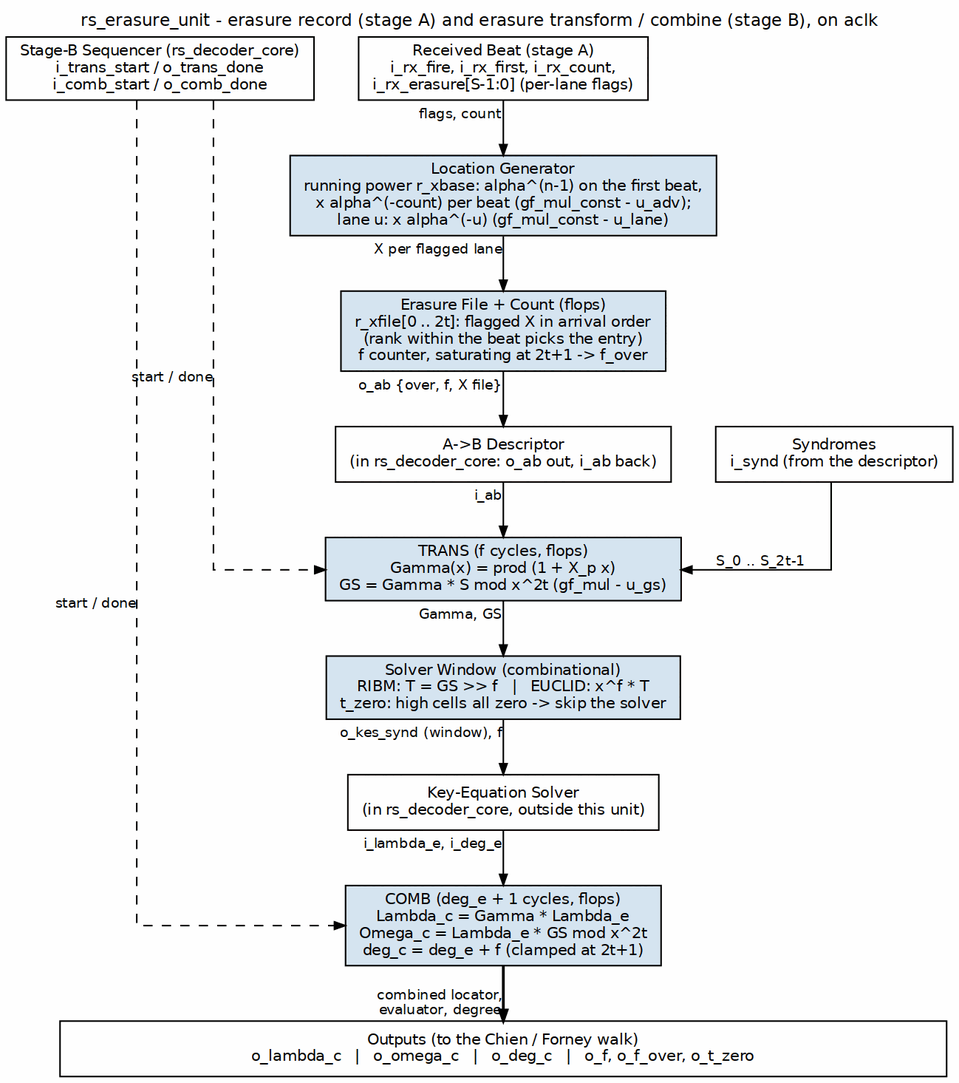
Before: projects/components/ecc-ip/reed-solomon/docs/reed_solomon_mas/assets/graphviz/rs_erasure_unit.png, a diagram exported from Graphviz (sean-galloway/RTLDesignSherpa). Its source is kept beside it as projects/components/ecc-ip/reed-solomon/docs/reed_solomon_mas/assets/graphviz/rs_erasure_unit.dot. Source of this version:
```dot
digraph rs_erasure_unit {
    graph [rankdir=TB, bgcolor="white", fontname="Helvetica", fontsize=11,
           nodesep="0.40", ranksep="0.50", splines=ortho, newrank=true,
           labelloc=t, labeljust=c];
    node  [fontname="Helvetica", fontsize=10, shape=box, style=filled,
           fillcolor="#D6E4F0", color="black", margin="0.12,0.06"];
    edge  [fontname="Helvetica", fontsize=9, color="black", arrowsize=0.7];
    label="rs_erasure_unit - erasure record (stage A) and erasure transform / combine (stage B), on aclk";

    rx    [label="Received Beat (stage A)\ni_rx_fire, i_rx_first, i_rx_count,\ni_rx_erasure[S-1:0] (per-lane flags)", fillcolor="white", group=C];
    seq   [label="Stage-B Sequencer (rs_decoder_core)\ni_trans_start / o_trans_done\ni_comb_start / o_comb_done", fillcolor="white", group=L];

    xpow  [label="Location Generator\nrunning power r_xbase: alpha^(n-1) on the first beat,\nx alpha^(-count) per beat (gf_mul_const - u_adv);\nlane u: x alpha^(-u) (gf_mul_const - u_lane)", group=C];
    xfile [label="Erasure File + Count (flops)\nr_xfile[0 .. 2t]: flagged X in arrival order\n(rank within the beat picks the entry)\nf counter, saturating at 2t+1 -> f_over", group=C];
    ab    [label="A->B Descriptor\n(in rs_decoder_core: o_ab out, i_ab back)", fillcolor="white", group=C];
    trans [label="TRANS (f cycles, flops)\nGamma(x) = prod (1 + X_p x)\nGS = Gamma * S mod x^2t (gf_mul - u_gs)", group=C];
    win   [label="Solver Window (combinational)\nRIBM: T = GS >> f   |   EUCLID: x^f * T\nt_zero: high cells all zero -> skip the solver", group=C];
    kes   [label="Key-Equation Solver\n(in rs_decoder_core, outside this unit)", fillcolor="white", group=C];
    comb  [label="COMB (deg_e + 1 cycles, flops)\nLambda_c = Gamma * Lambda_e\nOmega_c = Lambda_e * GS mod x^2t\ndeg_c = deg_e + f (clamped at 2t+1)", group=C];
    synd  [label="Syndromes\ni_synd (from the descriptor)", fillcolor="white", group=R];

    bar   [label="Outputs (to the Chien / Forney walk)\no_lambda_c   |   o_omega_c   |   o_deg_c   |   o_f, o_f_over, o_t_zero",
           fillcolor="white", width=8.0];

    rx    -> xpow  [xlabel="flags, count"];
    xpow  -> xfile [xlabel="X per flagged lane"];
    xfile -> ab    [xlabel="o_ab {over, f, X file}"];
    ab    -> trans [xlabel="i_ab"];
    synd  -> trans [xlabel="S_0 .. S_2t-1"];
    trans -> win   [xlabel="Gamma, GS"];
    win   -> kes   [xlabel="o_kes_synd (window), f"];
    kes   -> comb  [xlabel="i_lambda_e, i_deg_e"];
    comb  -> bar   [xlabel="combined locator,\nevaluator, degree", penwidth=1.8];

    seq   -> trans [style=dashed, xlabel="start / done"];
    seq   -> comb  [style=dashed, xlabel="start / done"];

    { rank=same; rx; seq; }
    { rank=same; ab; synd; }
    seq -> rx [style=invis];
    ab -> synd [style=invis];
}
```
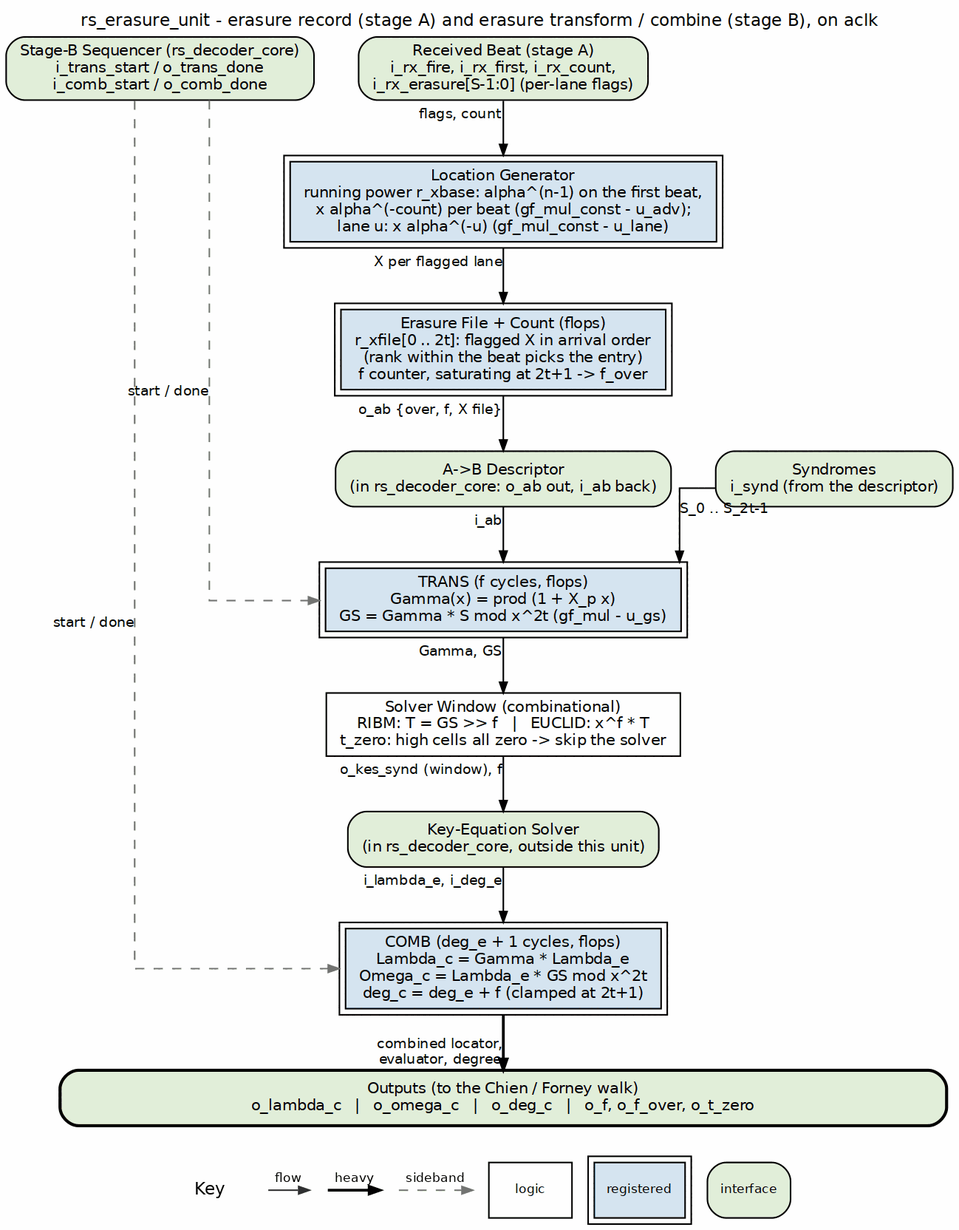
After the commit.

Diff of the diagram source:
```diff
@@ -3,24 +3,24 @@
            nodesep="0.40", ranksep="0.50", splines=ortho, newrank=true,
            labelloc=t, labeljust=c];
     node  [fontname="Helvetica", fontsize=10, shape=box, style=filled,
-           fillcolor="#D6E4F0", color="black", margin="0.12,0.06"];
+           fillcolor="white", color="black", margin="0.12,0.06"];
     edge  [fontname="Helvetica", fontsize=9, color="black", arrowsize=0.7];
     label="rs_erasure_unit - erasure record (stage A) and erasure transform / combine (stage B), on aclk";
 
-    rx    [label="Received Beat (stage A)\ni_rx_fire, i_rx_first, i_rx_count,\ni_rx_erasure[S-1:0] (per-lane flags)", fillcolor="white", group=C];
-    seq   [label="Stage-B Sequencer (rs_decoder_core)\ni_trans_start / o_trans_done\ni_comb_start / o_comb_done", fillcolor="white", group=L];
+    rx    [label="Received Beat (stage A)\ni_rx_fire, i_rx_first, i_rx_count,\ni_rx_erasure[S-1:0] (per-lane flags)", fillcolor="white", group=C, style="rounded,filled", fillcolor="#E2EFDA"];
+    seq   [label="Stage-B Sequencer (rs_decoder_core)\ni_trans_start / o_trans_done\ni_comb_start / o_comb_done", fillcolor="white", group=L, style="rounded,filled", fillcolor="#E2EFDA"];
 
-    xpow  [label="Location Generator\nrunning power r_xbase: alpha^(n-1) on the first beat,\nx alpha^(-count) per beat (gf_mul_const - u_adv);\nlane u: x alpha^(-u) (gf_mul_const - u_lane)", group=C];
-    xfile [label="Erasure File + Count (flops)\nr_xfile[0 .. 2t]: flagged X in arrival order\n(rank within the beat picks the entry)\nf counter, saturating at 2t+1 -> f_over", group=C];
-    ab    [label="A->B Descriptor\n(in rs_decoder_core: o_ab out, i_ab back)", fillcolor="white", group=C];
-    trans [label="TRANS (f cycles, flops)\nGamma(x) = prod (1 + X_p x)\nGS = Gamma * S mod x^2t (gf_mul - u_gs)", group=C];
-    win   [label="Solver Window (combinational)\nRIBM: T = GS >> f   |   EUCLID: x^f * T\nt_zero: high cells all zero -> skip the solver", group=C];
-    kes   [label="Key-Equation Solver\n(in rs_decoder_core, outside this unit)", fillcolor="white", group=C];
-    comb  [label="COMB (deg_e + 1 cycles, flops)\nLambda_c = Gamma * Lambda_e\nOmega_c = Lambda_e * GS mod x^2t\ndeg_c = deg_e + f (clamped at 2t+1)", group=C];
-    synd  [label="Syndromes\ni_synd (from the descriptor)", fillcolor="white", group=R];
+    xpow  [label="Location Generator\nrunning power r_xbase: alpha^(n-1) on the first beat,\nx alpha^(-count) per beat (gf_mul_const - u_adv);\nlane u: x alpha^(-u) (gf_mul_const - u_lane)", group=C, peripheries=2, style="filled", fillcolor="#D6E4F0"];
+    xfile [label="Erasure File + Count (flops)\nr_xfile[0 .. 2t]: flagged X in arrival order\n(rank within the beat picks the entry)\nf counter, saturating at 2t+1 -> f_over", group=C, peripheries=2, style="filled", fillcolor="#D6E4F0"];
+    ab    [label="A->B Descriptor\n(in rs_decoder_core: o_ab out, i_ab back)", fillcolor="white", group=C, style="rounded,filled", fillcolor="#E2EFDA"];
+    trans [label="TRANS (f cycles, flops)\nGamma(x) = prod (1 + X_p x)\nGS = Gamma * S mod x^2t (gf_mul - u_gs)", group=C, peripheries=2, style="filled", fillcolor="#D6E4F0"];
+    win   [label="Solver Window (combinational)\nRIBM: T = GS >> f   |   EUCLID: x^f * T\nt_zero: high cells all zero -> skip the solver", group=C, style="filled", fillcolor="white"];
+    kes   [label="Key-Equation Solver\n(in rs_decoder_core, outside this unit)", fillcolor="white", group=C, style="rounded,filled", fillcolor="#E2EFDA"];
+    comb  [label="COMB (deg_e + 1 cycles, flops)\nLambda_c = Gamma * Lambda_e\nOmega_c = Lambda_e * GS mod x^2t\ndeg_c = deg_e + f (clamped at 2t+1)", group=C, peripheries=2, style="filled", fillcolor="#D6E4F0"];
+    synd  [label="Syndromes\ni_synd (from the descriptor)", fillcolor="white", group=R, style="rounded,filled", fillcolor="#E2EFDA"];
 
     bar   [label="Outputs (to the Chien / Forney walk)\no_lambda_c   |   o_omega_c   |   o_deg_c   |   o_f, o_f_over, o_t_zero",
-           fillcolor="white", width=8.0];
+           fillcolor="white", width=8.0, style="rounded,filled,bold", fillcolor="#E2EFDA"];
 
     rx    -> xpow  [xlabel="flags, count"];
     xpow  -> xfile [xlabel="X per flagged lane"];
@@ -32,8 +32,8 @@
     kes   -> comb  [xlabel="i_lambda_e, i_deg_e"];
     comb  -> bar   [xlabel="combined locator,\nevaluator, degree", penwidth=1.8];
 
-    seq   -> trans [style=dashed, xlabel="start / done"];
-    seq   -> comb  [style=dashed, xlabel="start / done"];
+    seq   -> trans [style=dashed, color="#777777", xlabel="start / done"];
+    seq   -> comb  [style=dashed, color="#777777", xlabel="start / done"];
 
     { rank=same; rx; seq; }
     { rank=same; ab; synd; }
```
